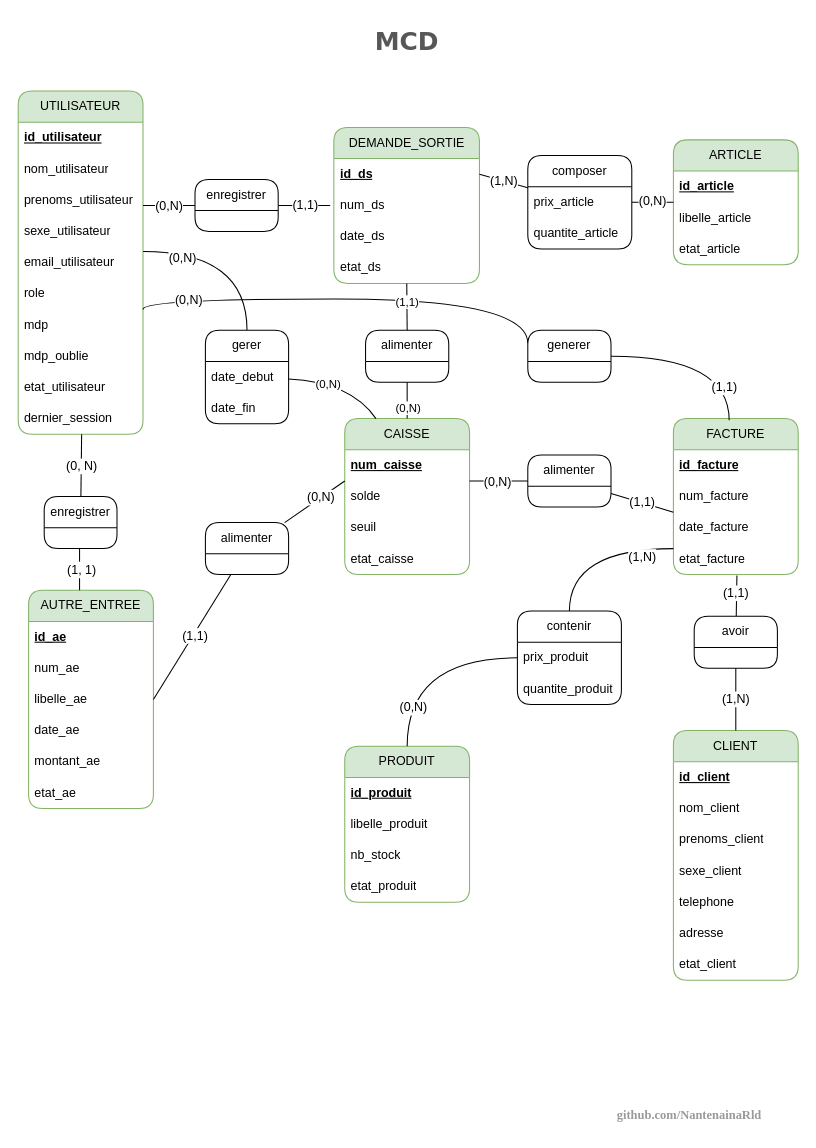
The draw.io diagram page "Page-1" (2 of 5) of documents/flux_mcd_mld_mct_mot.drawio in NantenainaRld/www-faktiora-mg, before the edit. Source tidied: cells renumbered, new cells numbered last; positions are measured from the earlier drawing's top-left corner, leaving out a move shared by most shapes. Both pictures are drawn from the tidied source at 104%, with x=0, y=0 at pixel (18, 18).
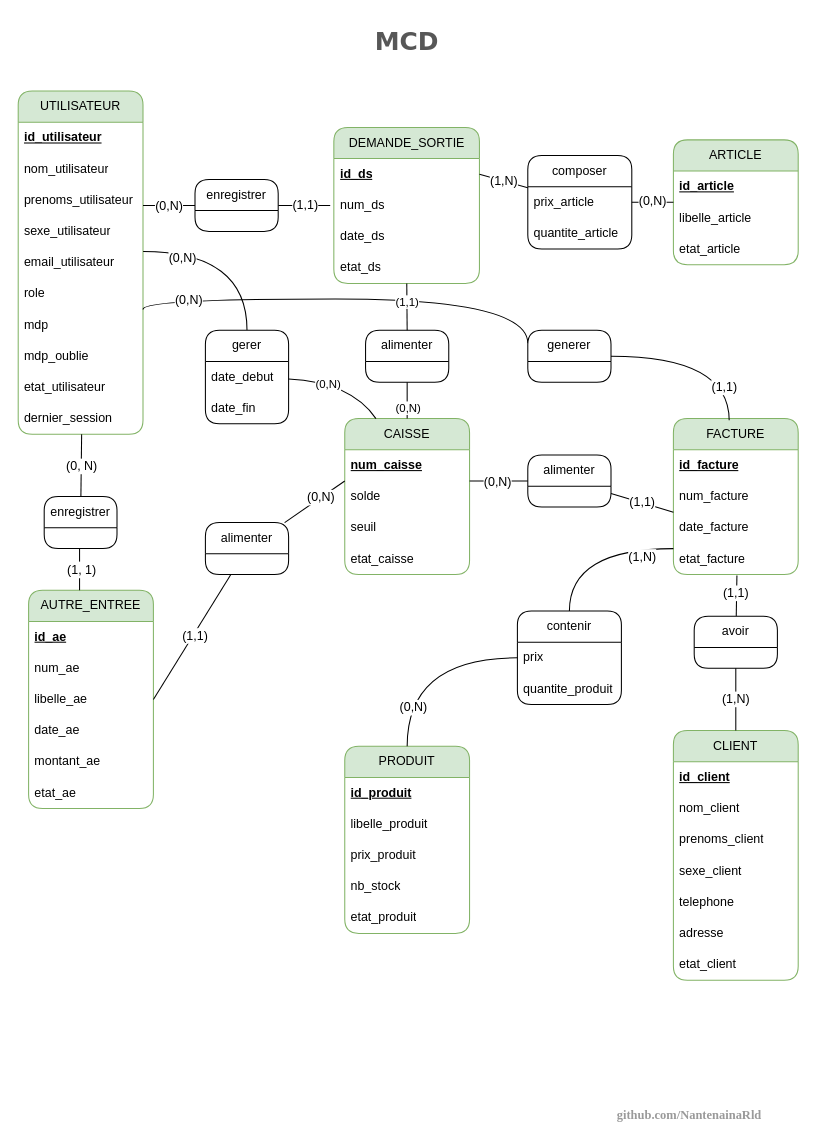
Above is the later version.

Commit message (it also covers changes not shown here):
update mcd mld, fix produit prix

Unchanged cells that the change refers to:
```xml
<mxCell id="87" value="contenir" style="swimlane;fontStyle=0;horizontal=1;startSize=30;whiteSpace=wrap;html=1;swimlaneFillColor=none;rounded=1;" parent="1" vertex="1">
  <mxGeometry x="480" y="570" width="100" height="90" as="geometry" />
</mxCell>
```

Change to the diagram source:
```diff
@@
     <mxCell id="62" value="PRODUIT" style="swimlane;fontStyle=0;horizontal=1;startSize=30;whiteSpace=wrap;html=1;swimlaneFillColor=none;fillColor=#d5e8d4;strokeColor=#82b366;rounded=1;" parent="1" vertex="1">
-      <mxGeometry x="314" y="700" width="120" height="150" as="geometry" />
+      <mxGeometry x="314" y="700" width="120" height="180" as="geometry" />
     </mxCell>
@@
+    <mxCell id="106" value="prix_produit" style="text;strokeColor=none;fillColor=none;align=left;verticalAlign=middle;spacingLeft=4;spacingRight=4;overflow=hidden;whiteSpace=wrap;html=1;rounded=1;" parent="62" vertex="1">
+      <mxGeometry y="90" width="120" height="30" as="geometry" />
+    </mxCell>
     <mxCell id="65" value="nb_stock" style="text;strokeColor=none;fillColor=none;align=left;verticalAlign=middle;spacingLeft=4;spacingRight=4;overflow=hidden;whiteSpace=wrap;html=1;rounded=1;" parent="62" vertex="1">
-      <mxGeometry y="90" width="120" height="30" as="geometry" />
+      <mxGeometry y="120" width="120" height="30" as="geometry" />
     </mxCell>
     <mxCell id="66" value="etat_produit" style="text;strokeColor=none;fillColor=none;align=left;verticalAlign=middle;spacingLeft=4;spacingRight=4;overflow=hidden;whiteSpace=wrap;html=1;rounded=1;" parent="62" vertex="1">
-      <mxGeometry y="120" width="120" height="30" as="geometry" />
+      <mxGeometry y="150" width="120" height="30" as="geometry" />
     </mxCell>
@@
-    <mxCell id="88" value="prix_produit" style="text;strokeColor=none;fillColor=none;align=left;verticalAlign=middle;spacingLeft=4;spacingRight=4;overflow=hidden;whiteSpace=wrap;html=1;rounded=1;" parent="87" vertex="1">
+    <mxCell id="88" value="prix" style="text;strokeColor=none;fillColor=none;align=left;verticalAlign=middle;spacingLeft=4;spacingRight=4;overflow=hidden;whiteSpace=wrap;html=1;rounded=1;" parent="87" vertex="1">
       <mxGeometry y="30" width="100" height="30" as="geometry" />
     </mxCell>
```
